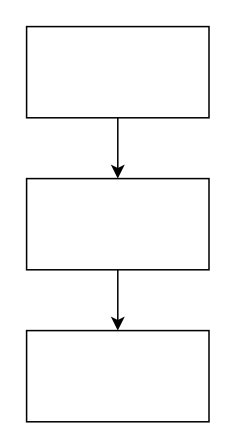
The draw.io diagram DouFa/Untitled Diagram.drawio in KyleCe/DouFa, before the edit. Source tidied: cells renumbered, new cells numbered last; positions are measured from the earlier drawing's top-left corner, leaving out a move shared by most shapes. Both pictures are drawn from the tidied source at 152%, with x=0, y=0 at pixel (26, 26).
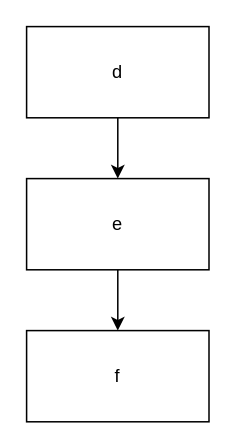
The same diagram, later.

The edit, as a diff of the source:
```diff
@@
 <mxGraphModel>
   <root>
     <mxCell id="0" />
     <mxCell id="1" parent="0" />
     <mxCell id="2" style="edgeStyle=orthogonalEdgeStyle;rounded=0;jettySize=auto;html=1;" parent="1" edge="1" source="3" target="5">
       <mxGeometry relative="1" as="geometry" />
     </mxCell>
-    <mxCell id="3" style="rounded=0;whiteSpace=wrap;html=1;" parent="1" vertex="1">
+    <mxCell id="3" value="d" style="rounded=0;whiteSpace=wrap;html=1;" parent="1" vertex="1">
       <mxGeometry width="120" height="60" as="geometry" />
     </mxCell>
     <mxCell id="4" style="edgeStyle=orthogonalEdgeStyle;rounded=0;jettySize=auto;html=1;" parent="1" edge="1" source="5" target="6">
       <mxGeometry relative="1" as="geometry" />
     </mxCell>
-    <mxCell id="5" style="rounded=0;whiteSpace=wrap;html=1;" parent="1" vertex="1">
+    <mxCell id="5" value="e" style="rounded=0;whiteSpace=wrap;html=1;" parent="1" vertex="1">
       <mxGeometry y="100" width="120" height="60" as="geometry" />
     </mxCell>
-    <mxCell id="6" style="rounded=0;whiteSpace=wrap;html=1;" parent="1" vertex="1">
+    <mxCell id="6" value="f" style="rounded=0;whiteSpace=wrap;html=1;" parent="1" vertex="1">
       <mxGeometry y="200" width="120" height="60" as="geometry" />
     </mxCell>
   </root>
 </mxGraphModel>
```
